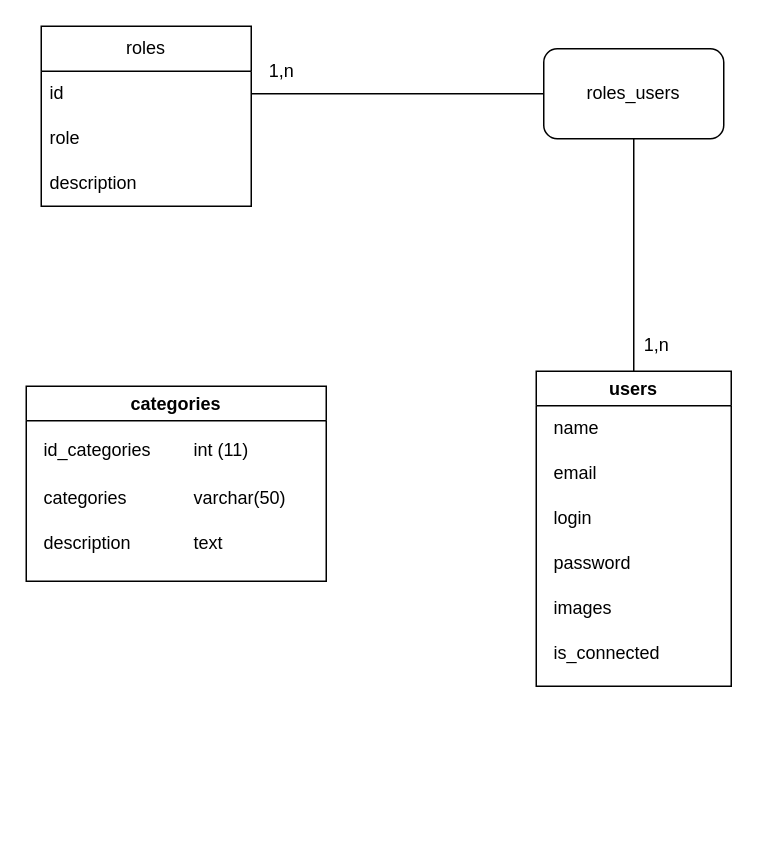
This is portefolio.drawio from bonheurKhmr/portefolio-backend, a draw.io file, before an edit. Source tidied: cells renumbered, new cells numbered last; positions are measured from the earlier drawing's top-left corner, leaving out a move shared by most shapes. Both pictures are drawn from the tidied source at 150%, with x=0, y=0 at pixel (26, 26).
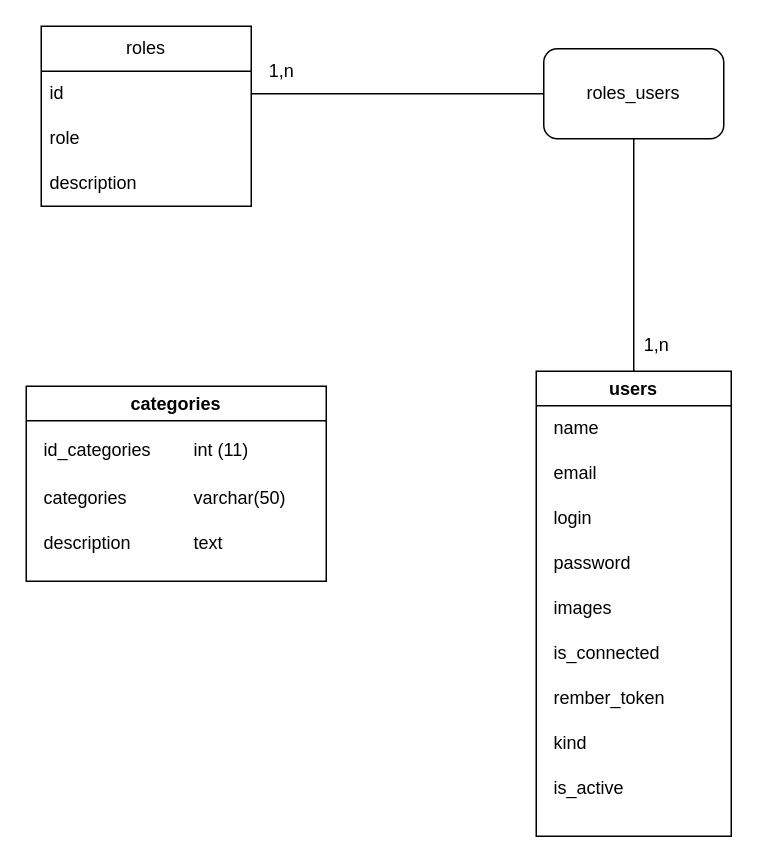
The same diagram, later.

Change to the diagram source:
```diff
@@
     <mxCell id="9" value="users" style="swimlane;whiteSpace=wrap;html=1;" parent="1" vertex="1">
-      <mxGeometry x="340" y="230" width="130" height="210" as="geometry" />
+      <mxGeometry x="340" y="230" width="130" height="310" as="geometry" />
     </mxCell>
@@
+    <mxCell id="25" value="rember_token" style="text;html=1;align=left;verticalAlign=middle;strokeColor=none;fillColor=none;" parent="9" vertex="1">
+      <mxGeometry x="10" y="203" width="100" height="30" as="geometry" />
+    </mxCell>
+    <mxCell id="26" value="kind" style="text;html=1;align=left;verticalAlign=middle;strokeColor=none;fillColor=none;" parent="9" vertex="1">
+      <mxGeometry x="10" y="233" width="50" height="30" as="geometry" />
+    </mxCell>
+    <mxCell id="27" value="is_active" style="text;html=1;align=left;verticalAlign=middle;strokeColor=none;fillColor=none;" parent="9" vertex="1">
+      <mxGeometry x="10" y="263" width="70" height="30" as="geometry" />
+    </mxCell>
```
